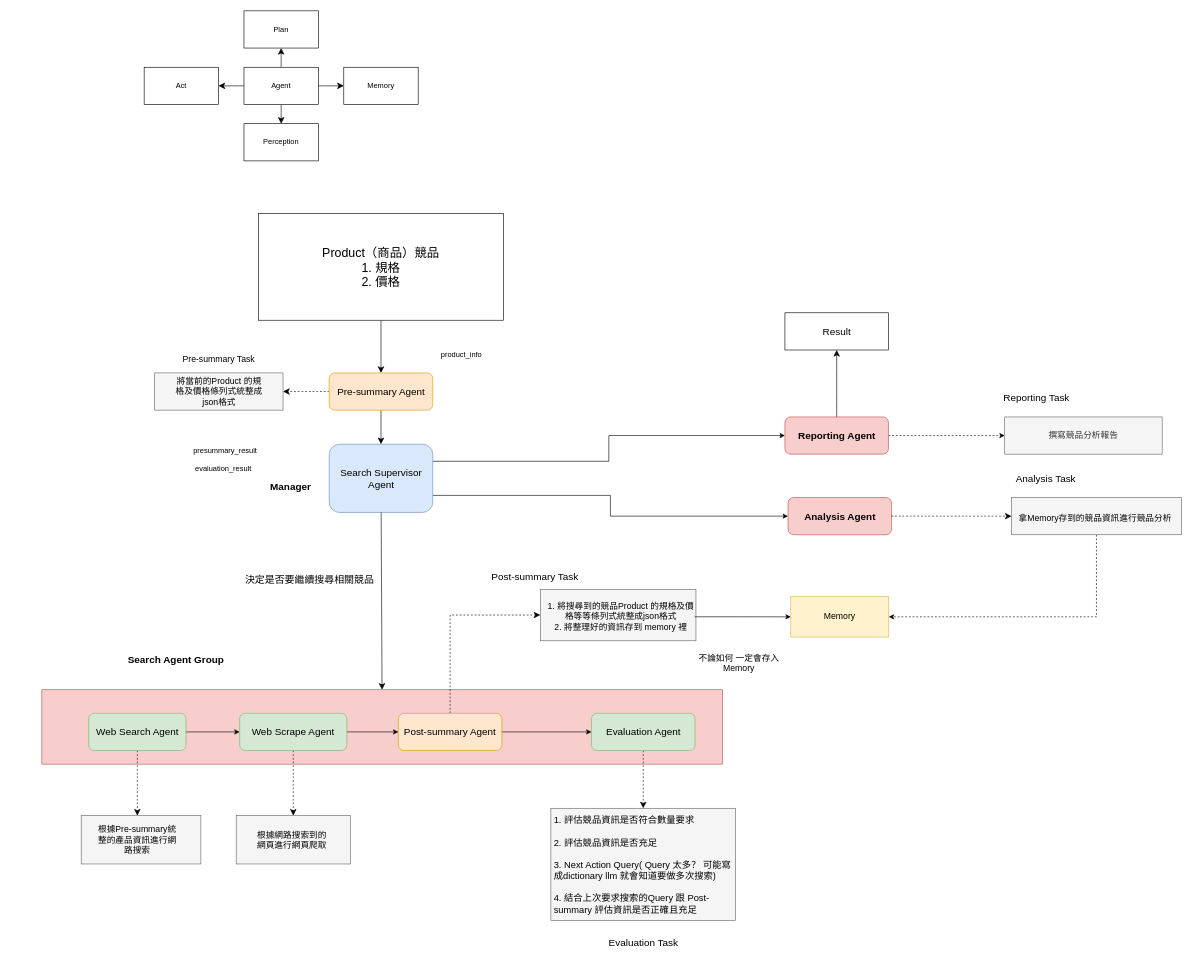
YChaoWang/Drawio_backup keeps this draw.io diagram as 架構圖/未命名绘图.drawio. Above is the earlier version. Source tidied: cells renumbered, new cells numbered last; positions are measured from the earlier drawing's top-left corner, leaving out a move shared by most shapes. Both pictures are drawn from the tidied source at 62%, with x=0, y=0 at pixel (42, 11).
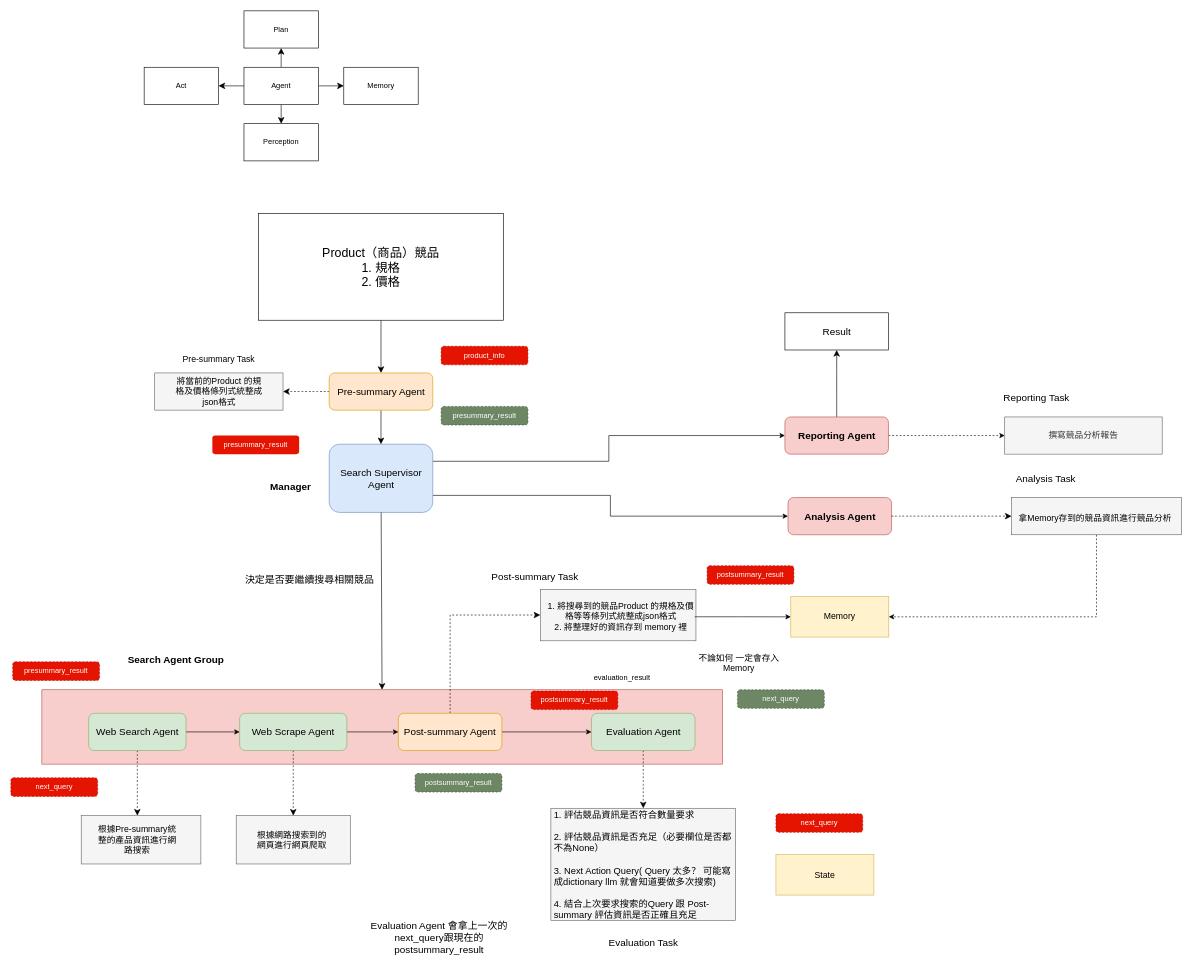
The same page after the edit.

Commit message:
更新未命名绘图.drawio

What changed in the source:
```diff
@@
-    <mxCell id="42" value="1. 評估競品資訊是否符合數量要求&lt;div&gt;&lt;br&gt;&lt;div&gt;2. 評估競品資訊是否充足&lt;/div&gt;&lt;/div&gt;&lt;div&gt;&lt;br&gt;&lt;/div&gt;&lt;div&gt;3. Next Action Query( Query 太多？ 可能寫成dictionary llm 就會知道要做多次搜索)&lt;/div&gt;&lt;div&gt;&lt;br&gt;&lt;/div&gt;&lt;div&gt;4. 結合上次要求搜索的Query 跟 Post-summary 評估資訊是否正確且充足&lt;/div&gt;" style="text;html=1;align=left;verticalAlign=middle;whiteSpace=wrap;rounded=0;fontSize=15;" parent="1" vertex="1">
+    <mxCell id="42" value="1. 評估競品資訊是否符合數量要求&lt;div&gt;&lt;br&gt;&lt;div&gt;2. 評估競品資訊是否充足（必要欄位是否都不為None）&amp;nbsp;&lt;/div&gt;&lt;/div&gt;&lt;div&gt;&lt;br&gt;&lt;/div&gt;&lt;div&gt;3. Next Action Query( Query 太多？ 可能寫成dictionary llm 就會知道要做多次搜索)&lt;/div&gt;&lt;div&gt;&lt;br&gt;&lt;/div&gt;&lt;div&gt;4. 結合上次要求搜索的Query 跟 Post-summary 評估資訊是否正確且充足&lt;/div&gt;" style="text;html=1;align=left;verticalAlign=middle;whiteSpace=wrap;rounded=0;fontSize=15;" parent="1" vertex="1">
       <mxGeometry x="824" y="1301.5" width="295" height="150.5" as="geometry" />
     </mxCell>
@@
-    <mxCell id="64" value="presummary_result" style="text;html=1;align=center;verticalAlign=middle;whiteSpace=wrap;rounded=0;" parent="1" vertex="1">
-      <mxGeometry x="226" y="695" width="140" height="30" as="geometry" />
+    <mxCell id="64" value="presummary_result" style="text;html=1;align=center;verticalAlign=middle;whiteSpace=wrap;rounded=1;fillColor=#e51400;fontColor=#ffffff;strokeColor=none;dashed=1;" parent="1" vertex="1">
+      <mxGeometry x="275" y="685" width="140" height="30" as="geometry" />
     </mxCell>
-    <mxCell id="65" value="product_info" style="text;html=1;align=center;verticalAlign=middle;whiteSpace=wrap;rounded=0;" parent="1" vertex="1">
-      <mxGeometry x="607" y="539" width="140" height="30" as="geometry" />
+    <mxCell id="65" value="product_info" style="text;html=1;align=center;verticalAlign=middle;whiteSpace=wrap;rounded=1;fillColor=#e51400;strokeColor=#B20000;fillStyle=auto;dashed=1;fontColor=#ffffff;" parent="1" vertex="1">
+      <mxGeometry x="644" y="541" width="140" height="30" as="geometry" />
     </mxCell>
     <mxCell id="66" value="evaluation_result" style="text;html=1;align=center;verticalAlign=middle;whiteSpace=wrap;rounded=0;" parent="1" vertex="1">
-      <mxGeometry x="223" y="723" width="140" height="30" as="geometry" />
+      <mxGeometry x="866" y="1061" width="140" height="30" as="geometry" />
     </mxCell>
+    <mxCell id="67" value="presummary_result" style="text;html=1;align=center;verticalAlign=middle;whiteSpace=wrap;rounded=1;fillColor=#e51400;fontColor=#ffffff;strokeColor=#B20000;dashed=1;" parent="1" vertex="1">
+      <mxGeometry x="-47" y="1050" width="140" height="30" as="geometry" />
+    </mxCell>
+    <mxCell id="68" value="postsummary_result" style="text;html=1;align=center;verticalAlign=middle;whiteSpace=wrap;rounded=1;fillColor=#e51400;fontColor=#ffffff;strokeColor=#B20000;dashed=1;" parent="1" vertex="1">
+      <mxGeometry x="789" y="1097" width="140" height="30" as="geometry" />
+    </mxCell>
+    <mxCell id="69" value="postsummary_result" style="text;html=1;align=center;verticalAlign=middle;whiteSpace=wrap;rounded=1;fillColor=#6d8764;strokeColor=#3A5431;dashed=1;fontColor=#ffffff;" parent="1" vertex="1">
+      <mxGeometry x="602" y="1230" width="140" height="30" as="geometry" />
+    </mxCell>
+    <mxCell id="70" value="presummary_result" style="text;html=1;align=center;verticalAlign=middle;whiteSpace=wrap;rounded=1;fillColor=#6d8764;strokeColor=#3A5431;dashed=1;fontColor=#ffffff;" parent="1" vertex="1">
+      <mxGeometry x="644" y="638" width="140" height="30" as="geometry" />
+    </mxCell>
+    <mxCell id="71" value="next_query" style="text;html=1;align=center;verticalAlign=middle;whiteSpace=wrap;rounded=1;fillColor=#6d8764;strokeColor=#3A5431;dashed=1;fontColor=#ffffff;" parent="1" vertex="1">
+      <mxGeometry x="1122" y="1095" width="140" height="30" as="geometry" />
+    </mxCell>
+    <mxCell id="72" value="next_query" style="text;html=1;align=center;verticalAlign=middle;whiteSpace=wrap;rounded=1;fillColor=#e51400;strokeColor=#B20000;dashed=1;fontColor=#ffffff;" parent="1" vertex="1">
+      <mxGeometry x="-50" y="1237" width="140" height="30" as="geometry" />
+    </mxCell>
+    <mxCell id="73" value="Evaluation Agent 會拿上一次的next_query跟現在的postsummary_result" style="text;html=1;align=center;verticalAlign=middle;whiteSpace=wrap;rounded=0;fontSize=16;" parent="1" vertex="1">
+      <mxGeometry x="509" y="1480" width="264" height="30" as="geometry" />
+    </mxCell>
+    <mxCell id="74" value="postsummary_result" style="text;html=1;align=center;verticalAlign=middle;whiteSpace=wrap;rounded=1;fillColor=#e51400;fontColor=#ffffff;strokeColor=#B20000;dashed=1;" parent="1" vertex="1">
+      <mxGeometry x="1073" y="895" width="140" height="30" as="geometry" />
+    </mxCell>
+    <mxCell id="75" value="next_query" style="text;html=1;align=center;verticalAlign=middle;whiteSpace=wrap;rounded=1;fillColor=#e51400;strokeColor=#B20000;dashed=1;fontColor=#ffffff;" parent="1" vertex="1">
+      <mxGeometry x="1184" y="1295" width="140" height="30" as="geometry" />
+    </mxCell>
+    <mxCell id="76" value="State" style="whiteSpace=wrap;html=1;fillColor=#fff2cc;strokeColor=#d6b656;fontSize=14;" parent="1" vertex="1">
+      <mxGeometry x="1184" y="1361" width="158" height="65.2" as="geometry" />
+    </mxCell>
```
